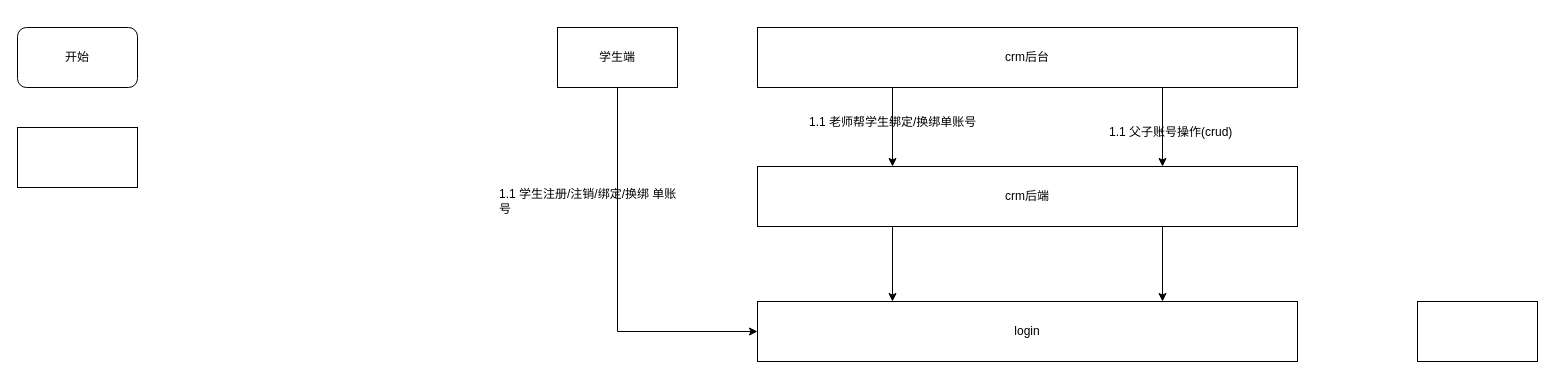
xiell2016/hetaoDesign keeps this draw.io diagram as 父子账号.drawio. Above is the earlier version. Source tidied: cells renumbered, new cells numbered last; positions are measured from the earlier drawing's top-left corner, leaving out a move shared by most shapes. Both pictures are drawn from the tidied source at 100%, with x=0, y=0 at pixel (17, 27).
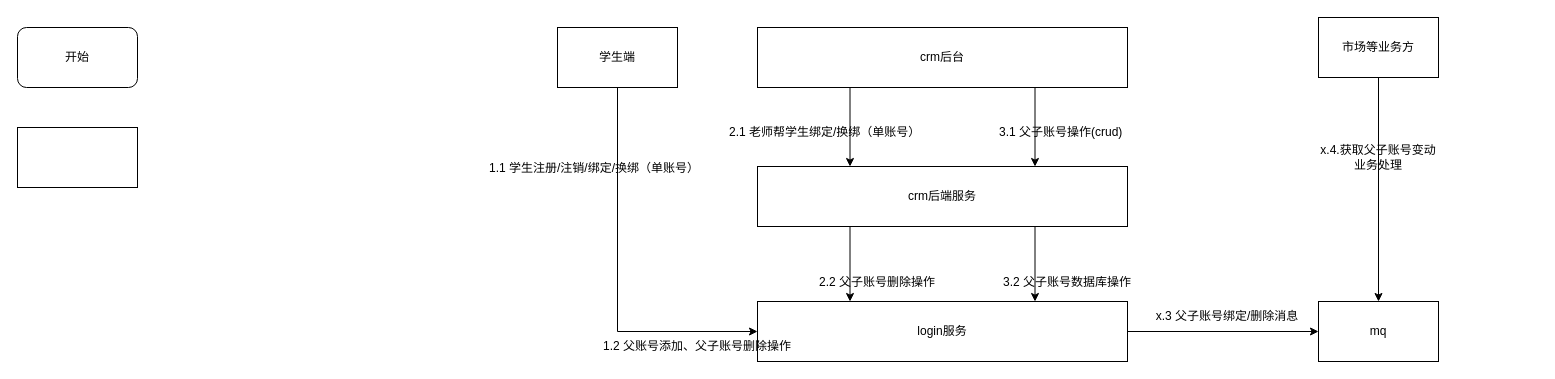
Above is the later version.

Commit message (it also covers changes not shown here):
更新父子账号.drawio

Diff of the diagram source:
```diff
@@
+    <mxCell id="5" style="edgeStyle=orthogonalEdgeStyle;rounded=0;jettySize=auto;html=1;exitX=0.75;exitY=1;exitDx=0;exitDy=0;entryX=0.75;entryY=0;entryDx=0;entryDy=0;" parent="1" edge="1" source="6" target="9">
+      <mxGeometry relative="1" as="geometry" />
+    </mxCell>
@@
-    <mxCell id="5" style="edgeStyle=orthogonalEdgeStyle;rounded=0;jettySize=auto;html=1;exitX=0.75;exitY=1;exitDx=0;exitDy=0;entryX=0.75;entryY=0;entryDx=0;entryDy=0;" parent="1" edge="1" source="6" target="9">
-      <mxGeometry relative="1" as="geometry" />
-    </mxCell>
     <mxCell id="6" value="crm后台" style="rounded=0;whiteSpace=wrap;html=1;" parent="1" vertex="1">
-      <mxGeometry x="740" width="540" height="60" as="geometry" />
+      <mxGeometry x="740" width="370" height="60" as="geometry" />
     </mxCell>
@@
-    <mxCell id="9" value="crm后端" style="rounded=0;whiteSpace=wrap;html=1;" parent="1" vertex="1">
-      <mxGeometry x="740" y="139" width="540" height="60" as="geometry" />
+    <mxCell id="9" value="crm后端服务" style="rounded=0;whiteSpace=wrap;html=1;" parent="1" vertex="1">
+      <mxGeometry x="740" y="139" width="370" height="60" as="geometry" />
     </mxCell>
-    <mxCell id="10" value="login" style="rounded=0;whiteSpace=wrap;html=1;" parent="1" vertex="1">
-      <mxGeometry x="740" y="274" width="540" height="60" as="geometry" />
+    <mxCell id="10" value="login服务" style="rounded=0;whiteSpace=wrap;html=1;" parent="1" vertex="1">
+      <mxGeometry x="740" y="274" width="370" height="60" as="geometry" />
     </mxCell>
-    <mxCell id="11" style="rounded=0;whiteSpace=wrap;html=1;" parent="1" vertex="1">
-      <mxGeometry x="1400" y="274" width="120" height="60" as="geometry" />
+    <mxCell id="11" value="mq" style="rounded=0;whiteSpace=wrap;html=1;" parent="1" vertex="1">
+      <mxGeometry x="1301" y="274" width="120" height="60" as="geometry" />
     </mxCell>
@@
-    <mxCell id="14" value="1.1 老师帮学生绑定/换绑单账号" style="text;html=1;strokeColor=none;fillColor=none;align=left;verticalAlign=middle;whiteSpace=wrap;rounded=0;" parent="1" vertex="1">
-      <mxGeometry x="790" y="80" width="180" height="30" as="geometry" />
-    </mxCell>
-    <mxCell id="15" value="1.1 学生注册/注销/绑定/换绑 单账号" style="text;html=1;strokeColor=none;fillColor=none;align=left;verticalAlign=middle;whiteSpace=wrap;rounded=0;" parent="1" vertex="1">
-      <mxGeometry x="480" y="148" width="180" height="51" as="geometry" />
+    <mxCell id="15" value="1.1 学生注册/注销/绑定/换绑（单账号）" style="text;html=1;strokeColor=none;fillColor=none;align=left;verticalAlign=middle;whiteSpace=wrap;rounded=0;" parent="1" vertex="1">
+      <mxGeometry x="470" y="115" width="220" height="51" as="geometry" />
     </mxCell>
-    <mxCell id="16" value="1.1 父子账号操作(crud)" style="text;html=1;strokeColor=none;fillColor=none;align=left;verticalAlign=middle;whiteSpace=wrap;rounded=0;" parent="1" vertex="1">
-      <mxGeometry x="1090" y="90" width="140" height="30" as="geometry" />
+    <mxCell id="16" value="3.1 父子账号操作(crud)" style="text;html=1;strokeColor=none;fillColor=none;align=left;verticalAlign=middle;whiteSpace=wrap;rounded=0;" parent="1" vertex="1">
+      <mxGeometry x="980" y="90" width="140" height="30" as="geometry" />
     </mxCell>
+    <mxCell id="14" value="2.1 老师帮学生绑定/换绑（单账号）" style="text;html=1;strokeColor=none;fillColor=none;align=left;verticalAlign=middle;whiteSpace=wrap;rounded=0;" parent="1" vertex="1">
+      <mxGeometry x="710" y="90" width="200" height="30" as="geometry" />
+    </mxCell>
+    <mxCell id="17" value="2.2 父子账号删除操作" style="text;html=1;strokeColor=none;fillColor=none;align=center;verticalAlign=middle;whiteSpace=wrap;rounded=0;" parent="1" vertex="1">
+      <mxGeometry x="760" y="240" width="200" height="30" as="geometry" />
+    </mxCell>
+    <mxCell id="18" value="1.2 父账号添加、父子账号删除操作" style="text;html=1;strokeColor=none;fillColor=none;align=center;verticalAlign=middle;whiteSpace=wrap;rounded=0;" parent="1" vertex="1">
+      <mxGeometry x="580" y="304" width="200" height="30" as="geometry" />
+    </mxCell>
+    <mxCell id="19" value="3.2 父子账号数据库操作" style="text;html=1;strokeColor=none;fillColor=none;align=center;verticalAlign=middle;whiteSpace=wrap;rounded=0;" parent="1" vertex="1">
+      <mxGeometry x="950" y="240" width="200" height="30" as="geometry" />
+    </mxCell>
+    <mxCell id="20" value="x.3 父子账号绑定/删除消息" style="text;html=1;strokeColor=none;fillColor=none;align=center;verticalAlign=middle;whiteSpace=wrap;rounded=0;" parent="1" vertex="1">
+      <mxGeometry x="1110" y="274" width="200" height="30" as="geometry" />
+    </mxCell>
+    <mxCell id="21" style="edgeStyle=orthogonalEdgeStyle;rounded=0;jettySize=auto;html=1;exitX=1;exitY=0.5;exitDx=0;exitDy=0;entryX=0;entryY=0.5;entryDx=0;entryDy=0;" parent="1" edge="1" source="10" target="11">
+      <mxGeometry relative="1" as="geometry" />
+    </mxCell>
+    <mxCell id="22" style="edgeStyle=orthogonalEdgeStyle;rounded=0;jettySize=auto;html=1;exitX=0.5;exitY=1;exitDx=0;exitDy=0;" parent="1" edge="1" source="23" target="11">
+      <mxGeometry relative="1" as="geometry" />
+    </mxCell>
+    <mxCell id="23" value="市场等业务方" style="rounded=0;whiteSpace=wrap;html=1;" parent="1" vertex="1">
+      <mxGeometry x="1301" y="-10" width="120" height="60" as="geometry" />
+    </mxCell>
+    <mxCell id="24" value="x.4.获取父子账号变动&lt;br&gt;业务处理" style="text;html=1;strokeColor=none;fillColor=none;align=center;verticalAlign=middle;whiteSpace=wrap;rounded=0;" parent="1" vertex="1">
+      <mxGeometry x="1276" y="115" width="170" height="30" as="geometry" />
+    </mxCell>
```
